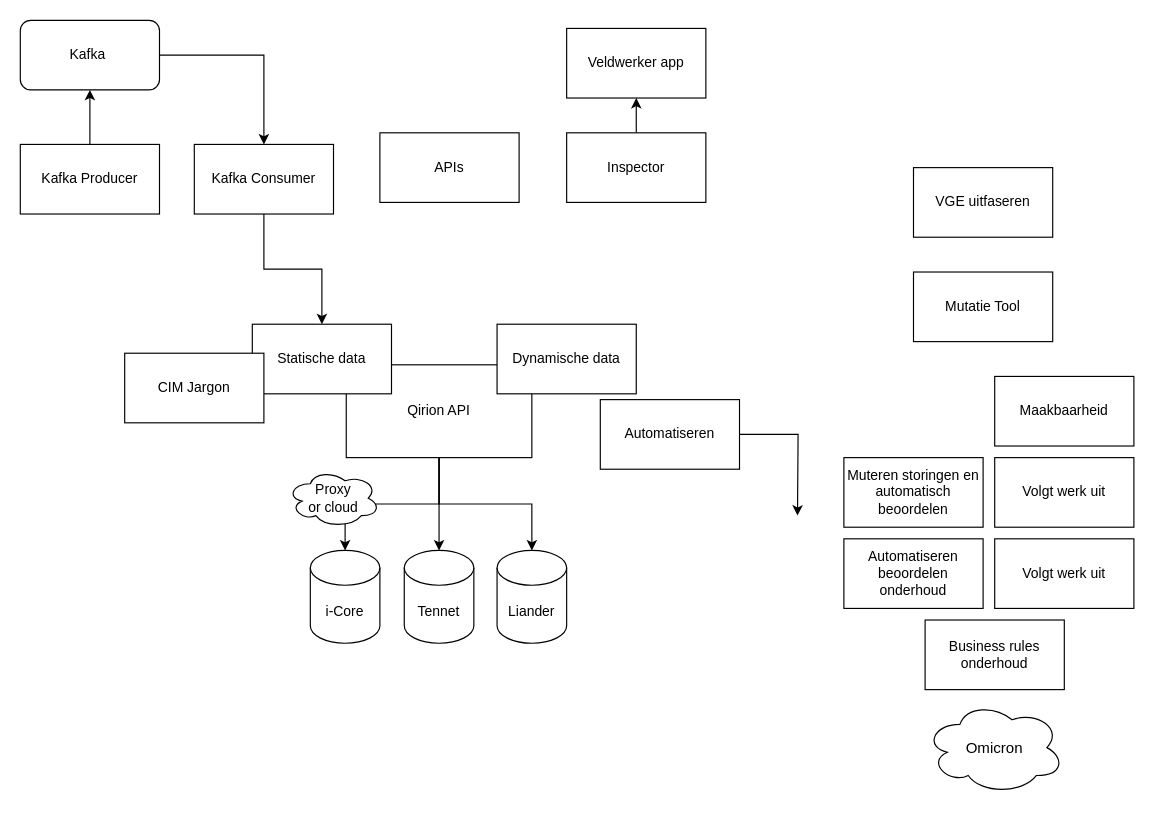
eleemans/react2022 keeps this draw.io diagram as page "Plan API" (3 of 7) of staticWeb/Untitled Diagram.drawio. Above is the earlier version. Source tidied: cells renumbered, new cells numbered last; positions are measured from the earlier drawing's top-left corner, leaving out a move shared by most shapes. Both pictures are drawn from the tidied source at 116%, with x=0, y=0 at pixel (20, 20).
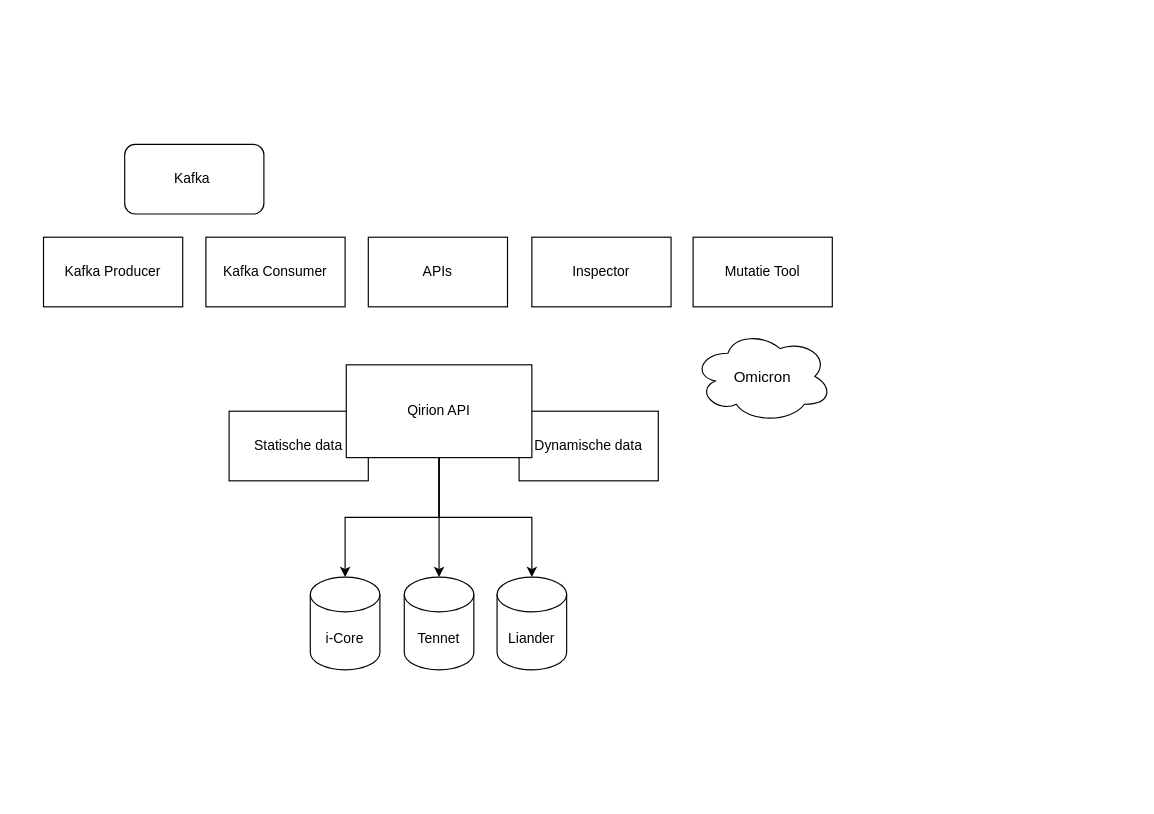
The same page after the edit.

What changed in the source:
```diff
@@
-    <mxCell id="5" value="Qirion API" style="rounded=0;whiteSpace=wrap;html=1;" parent="1" vertex="1">
-      <mxGeometry x="281" y="297" width="160" height="80" as="geometry" />
-    </mxCell>
     <mxCell id="6" value="i-Core" style="shape=cylinder3;whiteSpace=wrap;html=1;boundedLbl=1;backgroundOutline=1;size=15;" parent="1" vertex="1">
-      <mxGeometry x="250" y="457" width="60" height="80" as="geometry" />
+      <mxGeometry x="250" y="480" width="60" height="80" as="geometry" />
     </mxCell>
     <mxCell id="7" value="Tennet" style="shape=cylinder3;whiteSpace=wrap;html=1;boundedLbl=1;backgroundOutline=1;size=15;" parent="1" vertex="1">
-      <mxGeometry x="331" y="457" width="60" height="80" as="geometry" />
+      <mxGeometry x="331" y="480" width="60" height="80" as="geometry" />
     </mxCell>
     <mxCell id="8" value="Liander" style="shape=cylinder3;whiteSpace=wrap;html=1;boundedLbl=1;backgroundOutline=1;size=15;" parent="1" vertex="1">
-      <mxGeometry x="411" y="457" width="60" height="80" as="geometry" />
+      <mxGeometry x="411" y="480" width="60" height="80" as="geometry" />
     </mxCell>
-    <mxCell id="9" style="edgeStyle=orthogonalEdgeStyle;rounded=0;jettySize=auto;html=1;exitX=0.5;exitY=1;exitDx=0;exitDy=0;entryX=0.5;entryY=0;entryDx=0;entryDy=0;fontSize=13;fontColor=#000000;startArrow=none;startFill=0;" parent="1" edge="1" source="10" target="23">
-      <mxGeometry relative="1" as="geometry" />
-    </mxCell>
     <mxCell id="10" value="Kafka Consumer" style="rounded=0;whiteSpace=wrap;html=1;" parent="1" vertex="1">
-      <mxGeometry x="150" y="107" width="120" height="60" as="geometry" />
+      <mxGeometry x="160" y="187" width="120" height="60" as="geometry" />
     </mxCell>
-    <mxCell id="11" style="edgeStyle=orthogonalEdgeStyle;rounded=0;jettySize=auto;html=1;exitX=0.5;exitY=0;exitDx=0;exitDy=0;entryX=0.5;entryY=1;entryDx=0;entryDy=0;fontSize=13;fontColor=#000000;startArrow=none;startFill=0;" parent="1" edge="1" source="12" target="31">
-      <mxGeometry relative="1" as="geometry" />
-    </mxCell>
     <mxCell id="12" value="Inspector" style="rounded=0;whiteSpace=wrap;html=1;" parent="1" vertex="1">
-      <mxGeometry x="471" y="97" width="120" height="60" as="geometry" />
+      <mxGeometry x="441" y="187" width="120" height="60" as="geometry" />
     </mxCell>
     <mxCell id="13" value="Mutatie Tool" style="rounded=0;whiteSpace=wrap;html=1;" parent="1" vertex="1">
-      <mxGeometry x="770" y="217" width="120" height="60" as="geometry" />
+      <mxGeometry x="580" y="187" width="120" height="60" as="geometry" />
     </mxCell>
     <mxCell id="14" value="APIs" style="rounded=0;whiteSpace=wrap;html=1;" parent="1" vertex="1">
-      <mxGeometry x="310" y="97" width="120" height="60" as="geometry" />
+      <mxGeometry x="300" y="187" width="120" height="60" as="geometry" />
     </mxCell>
-    <mxCell id="15" value="Proxy &lt;br&gt;or cloud" style="ellipse;shape=cloud;whiteSpace=wrap;html=1;" parent="1" vertex="1">
-      <mxGeometry x="230" y="387" width="80" height="50" as="geometry" />
-    </mxCell>
-    <mxCell id="16" style="edgeStyle=orthogonalEdgeStyle;rounded=0;jettySize=auto;html=1;exitX=0.5;exitY=0;exitDx=0;exitDy=0;entryX=0.5;entryY=1;entryDx=0;entryDy=0;startArrow=none;startFill=0;" parent="1" edge="1" source="17" target="19">
-      <mxGeometry relative="1" as="geometry" />
-    </mxCell>
     <mxCell id="17" value="Kafka Producer" style="rounded=0;whiteSpace=wrap;html=1;" parent="1" vertex="1">
-      <mxGeometry y="107" width="120" height="60" as="geometry" />
+      <mxGeometry x="20" y="187" width="120" height="60" as="geometry" />
     </mxCell>
-    <mxCell id="18" style="edgeStyle=orthogonalEdgeStyle;rounded=0;jettySize=auto;html=1;exitX=1;exitY=0.5;exitDx=0;exitDy=0;entryX=0.5;entryY=0;entryDx=0;entryDy=0;startArrow=none;startFill=0;" parent="1" edge="1" source="19" target="10">
-      <mxGeometry relative="1" as="geometry" />
-    </mxCell>
     <mxCell id="19" value="Kafka&amp;nbsp;" style="rounded=1;whiteSpace=wrap;html=1;" parent="1" vertex="1">
-      <mxGeometry width="120" height="60" as="geometry" />
+      <mxGeometry x="90" y="107" width="120" height="60" as="geometry" />
     </mxCell>
     <mxCell id="20" value="Omicron" style="ellipse;shape=cloud;whiteSpace=wrap;html=1;labelBackgroundColor=#FFFFFF;fontSize=13;fontColor=#000000;" parent="1" vertex="1">
-      <mxGeometry x="780" y="587" width="120" height="80" as="geometry" />
+      <mxGeometry x="580" y="267" width="120" height="80" as="geometry" />
     </mxCell>
-    <mxCell id="21" value="Business rules onderhoud" style="rounded=0;whiteSpace=wrap;html=1;" parent="1" vertex="1">
-      <mxGeometry x="780" y="517" width="120" height="60" as="geometry" />
-    </mxCell>
     <mxCell id="22" value="Dynamische data" style="rounded=0;whiteSpace=wrap;html=1;" parent="1" vertex="1">
-      <mxGeometry x="411" y="262" width="120" height="60" as="geometry" />
+      <mxGeometry x="430" y="337" width="120" height="60" as="geometry" />
     </mxCell>
     <mxCell id="23" value="Statische data" style="rounded=0;whiteSpace=wrap;html=1;" parent="1" vertex="1">
-      <mxGeometry x="200" y="262" width="120" height="60" as="geometry" />
+      <mxGeometry x="180" y="337" width="120" height="60" as="geometry" />
     </mxCell>
-    <mxCell id="24" value="Automatiseren beoordelen onderhoud" style="rounded=0;whiteSpace=wrap;html=1;" parent="1" vertex="1">
-      <mxGeometry x="710" y="447" width="120" height="60" as="geometry" />
-    </mxCell>
-    <mxCell id="25" value="VGE uitfaseren" style="rounded=0;whiteSpace=wrap;html=1;" parent="1" vertex="1">
-      <mxGeometry x="770" y="127" width="120" height="60" as="geometry" />
-    </mxCell>
-    <mxCell id="26" value="Muteren storingen en automatisch beoordelen" style="rounded=0;whiteSpace=wrap;html=1;" parent="1" vertex="1">
-      <mxGeometry x="710" y="377" width="120" height="60" as="geometry" />
-    </mxCell>
-    <mxCell id="27" style="edgeStyle=orthogonalEdgeStyle;rounded=0;jettySize=auto;html=1;exitX=1;exitY=0.5;exitDx=0;exitDy=0;fontSize=13;fontColor=#000000;startArrow=none;startFill=0;" parent="1" edge="1" source="28">
-      <mxGeometry relative="1" as="geometry">
-        <mxPoint x="670" y="427" as="targetPoint" />
-      </mxGeometry>
-    </mxCell>
-    <mxCell id="28" value="Automatiseren" style="rounded=0;whiteSpace=wrap;html=1;" parent="1" vertex="1">
-      <mxGeometry x="500" y="327" width="120" height="60" as="geometry" />
-    </mxCell>
-    <mxCell id="29" value="Volgt werk uit" style="rounded=0;whiteSpace=wrap;html=1;" parent="1" vertex="1">
-      <mxGeometry x="840" y="377" width="120" height="60" as="geometry" />
-    </mxCell>
-    <mxCell id="30" value="Volgt werk uit" style="rounded=0;whiteSpace=wrap;html=1;" parent="1" vertex="1">
-      <mxGeometry x="840" y="447" width="120" height="60" as="geometry" />
-    </mxCell>
-    <mxCell id="31" value="Veldwerker app" style="rounded=0;whiteSpace=wrap;html=1;" parent="1" vertex="1">
-      <mxGeometry x="471" y="7" width="120" height="60" as="geometry" />
-    </mxCell>
-    <mxCell id="32" value="Maakbaarheid" style="rounded=0;whiteSpace=wrap;html=1;" parent="1" vertex="1">
-      <mxGeometry x="840" y="307" width="120" height="60" as="geometry" />
-    </mxCell>
-    <mxCell id="33" value="CIM Jargon" style="rounded=0;whiteSpace=wrap;html=1;" parent="1" vertex="1">
-      <mxGeometry x="90" y="287" width="120" height="60" as="geometry" />
-    </mxCell>
+    <mxCell id="5" value="Qirion API" style="rounded=0;whiteSpace=wrap;html=1;" parent="1" vertex="1">
+      <mxGeometry x="281" y="297" width="160" height="80" as="geometry" />
+    </mxCell>
```
